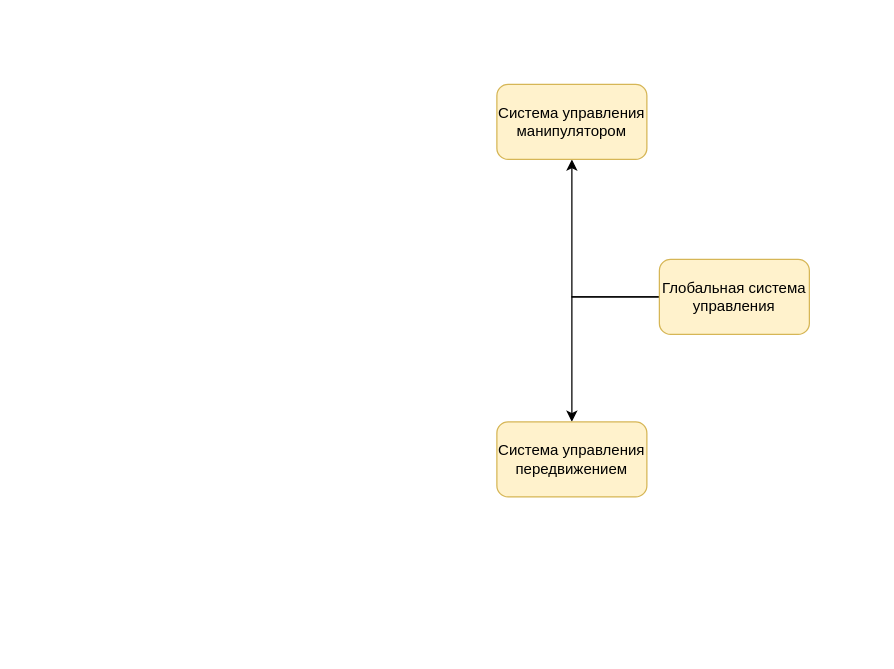
The draw.io diagram General algorithm of operation.drawio in olegogogo/GreenhouseRobotPicker, before the edit. Source tidied: cells renumbered, new cells numbered last; positions are measured from the earlier drawing's top-left corner, leaving out a move shared by most shapes. Both pictures are drawn from the tidied source at 125%, with x=0, y=0 at pixel (496, 84).
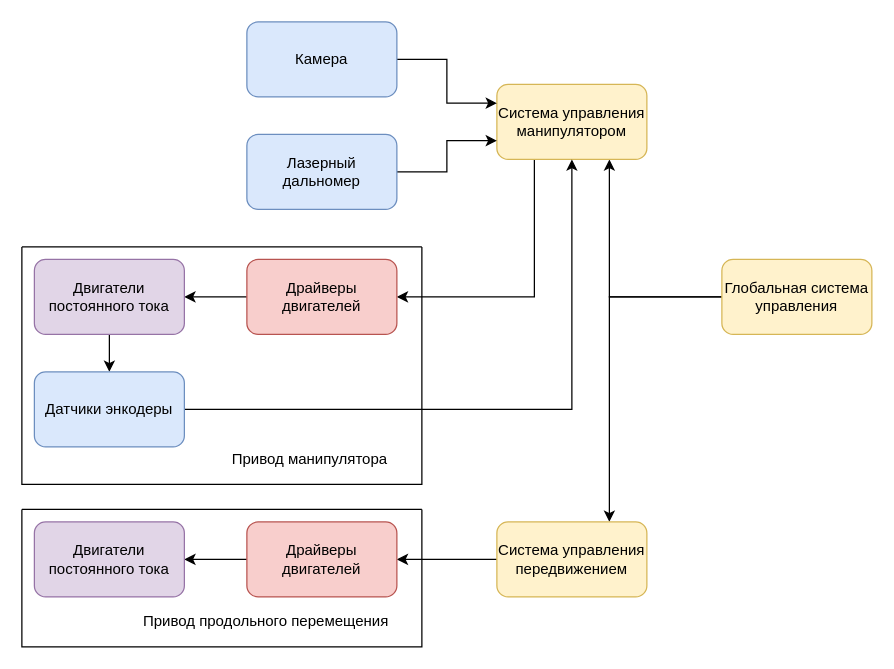
After the change.

The change refers to these unchanged cells:
```xml
<mxCell id="5" value="Система управления манипулятором" style="whiteSpace=wrap;html=1;fillColor=#fff2cc;strokeColor=#d6b656;rounded=1;" parent="1" vertex="1">
  <mxGeometry width="120" height="60" as="geometry" />
</mxCell>
```

Change to the diagram source:
```diff
@@
-    <mxCell id="2" style="edgeStyle=orthogonalEdgeStyle;rounded=0;jettySize=auto;html=1;" parent="1" edge="1" source="4" target="5">
+    <mxCell id="2" style="edgeStyle=orthogonalEdgeStyle;rounded=0;jettySize=auto;html=1;entryX=0.75;entryY=1;entryDx=0;entryDy=0;" parent="1" edge="1" source="4" target="5">
       <mxGeometry relative="1" as="geometry" />
     </mxCell>
-    <mxCell id="3" style="edgeStyle=orthogonalEdgeStyle;rounded=0;jettySize=auto;html=1;" parent="1" edge="1" source="4" target="6">
+    <mxCell id="3" style="edgeStyle=orthogonalEdgeStyle;rounded=0;jettySize=auto;html=1;entryX=0.75;entryY=0;entryDx=0;entryDy=0;" parent="1" edge="1" source="4" target="6">
       <mxGeometry relative="1" as="geometry" />
     </mxCell>
     <mxCell id="4" value="Глобальная система управления" style="rounded=1;whiteSpace=wrap;html=1;fillColor=#fff2cc;strokeColor=#d6b656;" parent="1" vertex="1">
-      <mxGeometry x="130" y="140" width="120" height="60" as="geometry" />
+      <mxGeometry x="180" y="140" width="120" height="60" as="geometry" />
     </mxCell>
+    <mxCell id="7" style="edgeStyle=orthogonalEdgeStyle;rounded=0;jettySize=auto;html=1;exitX=0.25;exitY=1;exitDx=0;exitDy=0;entryX=1;entryY=0.5;entryDx=0;entryDy=0;" parent="1" edge="1" source="5" target="14">
+      <mxGeometry relative="1" as="geometry" />
+    </mxCell>
@@
+    <mxCell id="8" style="edgeStyle=orthogonalEdgeStyle;rounded=0;jettySize=auto;html=1;exitX=0;exitY=0.5;exitDx=0;exitDy=0;entryX=1;entryY=0.5;entryDx=0;entryDy=0;" parent="1" edge="1" source="6" target="22">
+      <mxGeometry relative="1" as="geometry" />
+    </mxCell>
     <mxCell id="6" value="Система управления передвижением" style="whiteSpace=wrap;html=1;fillColor=#fff2cc;strokeColor=#d6b656;rounded=1;" parent="1" vertex="1">
-      <mxGeometry y="270" width="120" height="60" as="geometry" />
+      <mxGeometry y="350" width="120" height="60" as="geometry" />
     </mxCell>
+    <mxCell id="9" style="edgeStyle=orthogonalEdgeStyle;rounded=0;jettySize=auto;html=1;exitX=1;exitY=0.5;exitDx=0;exitDy=0;entryX=0;entryY=0.25;entryDx=0;entryDy=0;" parent="1" edge="1" source="10" target="5">
+      <mxGeometry relative="1" as="geometry" />
+    </mxCell>
+    <mxCell id="10" value="Камера" style="rounded=1;whiteSpace=wrap;html=1;fillColor=#dae8fc;strokeColor=#6c8ebf;" parent="1" vertex="1">
+      <mxGeometry x="-200" y="-50" width="120" height="60" as="geometry" />
+    </mxCell>
+    <mxCell id="11" style="edgeStyle=orthogonalEdgeStyle;rounded=0;jettySize=auto;html=1;exitX=1;exitY=0.5;exitDx=0;exitDy=0;entryX=0;entryY=0.75;entryDx=0;entryDy=0;" parent="1" edge="1" source="12" target="5">
+      <mxGeometry relative="1" as="geometry" />
+    </mxCell>
+    <mxCell id="12" value="Лазерный дальномер" style="rounded=1;whiteSpace=wrap;html=1;fillColor=#dae8fc;strokeColor=#6c8ebf;" parent="1" vertex="1">
+      <mxGeometry x="-200" y="40" width="120" height="60" as="geometry" />
+    </mxCell>
+    <mxCell id="13" style="edgeStyle=orthogonalEdgeStyle;rounded=0;jettySize=auto;html=1;exitX=0;exitY=0.5;exitDx=0;exitDy=0;entryX=1;entryY=0.5;entryDx=0;entryDy=0;" parent="1" edge="1" source="14" target="16">
+      <mxGeometry relative="1" as="geometry" />
+    </mxCell>
+    <mxCell id="14" value="Драйверы двигателей" style="rounded=1;whiteSpace=wrap;html=1;fillColor=#f8cecc;strokeColor=#b85450;" parent="1" vertex="1">
+      <mxGeometry x="-200" y="140" width="120" height="60" as="geometry" />
+    </mxCell>
+    <mxCell id="15" style="edgeStyle=orthogonalEdgeStyle;rounded=0;jettySize=auto;html=1;exitX=0.5;exitY=1;exitDx=0;exitDy=0;entryX=0.5;entryY=0;entryDx=0;entryDy=0;" parent="1" edge="1" source="16" target="18">
+      <mxGeometry relative="1" as="geometry" />
+    </mxCell>
+    <mxCell id="16" value="Двигатели постоянного тока" style="rounded=1;whiteSpace=wrap;html=1;fillColor=#e1d5e7;strokeColor=#9673a6;" parent="1" vertex="1">
+      <mxGeometry x="-370" y="140" width="120" height="60" as="geometry" />
+    </mxCell>
+    <mxCell id="17" style="edgeStyle=orthogonalEdgeStyle;rounded=0;jettySize=auto;html=1;exitX=1;exitY=0.5;exitDx=0;exitDy=0;entryX=0.5;entryY=1;entryDx=0;entryDy=0;" parent="1" edge="1" source="18" target="5">
+      <mxGeometry relative="1" as="geometry" />
+    </mxCell>
+    <mxCell id="18" value="Датчики энкодеры" style="rounded=1;whiteSpace=wrap;html=1;fillColor=#dae8fc;strokeColor=#6c8ebf;" parent="1" vertex="1">
+      <mxGeometry x="-370" y="230" width="120" height="60" as="geometry" />
+    </mxCell>
+    <mxCell id="19" style="swimlane;startSize=0;" parent="1" vertex="1">
+      <mxGeometry x="-380" y="130" width="320" height="190" as="geometry" />
+    </mxCell>
+    <mxCell id="20" value="Привод манипулятора" style="text;html=1;align=center;verticalAlign=middle;strokeColor=none;fillColor=none;" parent="19" vertex="1">
+      <mxGeometry x="160" y="160" width="140" height="20" as="geometry" />
+    </mxCell>
+    <mxCell id="21" style="edgeStyle=orthogonalEdgeStyle;rounded=0;jettySize=auto;html=1;exitX=0;exitY=0.5;exitDx=0;exitDy=0;entryX=1;entryY=0.5;entryDx=0;entryDy=0;" parent="1" edge="1" source="22" target="23">
+      <mxGeometry relative="1" as="geometry" />
+    </mxCell>
+    <mxCell id="22" value="Драйверы двигателей" style="rounded=1;whiteSpace=wrap;html=1;fillColor=#f8cecc;strokeColor=#b85450;" parent="1" vertex="1">
+      <mxGeometry x="-200" y="350" width="120" height="60" as="geometry" />
+    </mxCell>
+    <mxCell id="23" value="Двигатели постоянного тока" style="rounded=1;whiteSpace=wrap;html=1;fillColor=#e1d5e7;strokeColor=#9673a6;" parent="1" vertex="1">
+      <mxGeometry x="-370" y="350" width="120" height="60" as="geometry" />
+    </mxCell>
+    <mxCell id="24" style="swimlane;startSize=0;" parent="1" vertex="1">
+      <mxGeometry x="-380" y="340" width="320" height="110" as="geometry" />
+    </mxCell>
+    <mxCell id="25" value="Привод продольного перемещения" style="text;html=1;align=center;verticalAlign=middle;strokeColor=none;fillColor=none;" parent="24" vertex="1">
+      <mxGeometry x="90" y="80" width="210" height="20" as="geometry" />
+    </mxCell>
```
